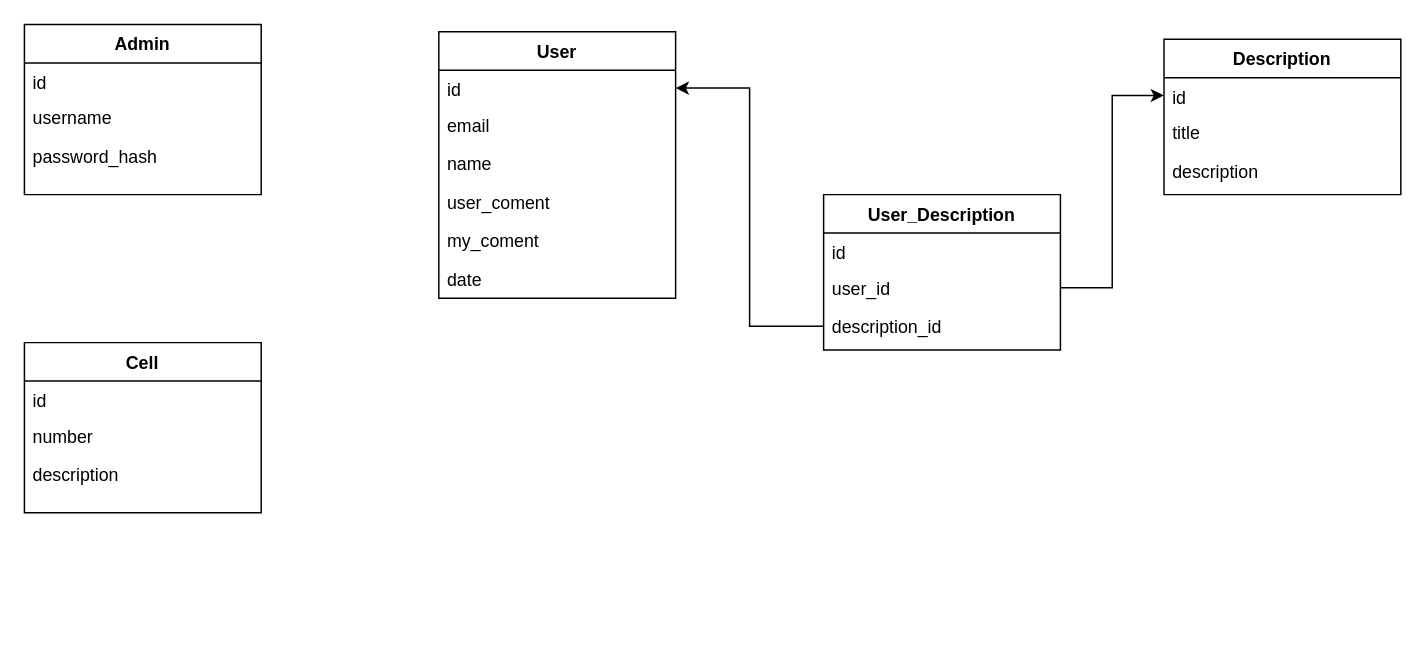
Above: project_prepare/Untitled Diagram.drawio in chikundant/AdminPanelFreelance (draw.io), before the change. Source tidied: cells renumbered, new cells numbered last; positions are measured from the earlier drawing's top-left corner, leaving out a move shared by most shapes. Both pictures are drawn from the tidied source at 148%, with x=0, y=0 at pixel (24, 24).
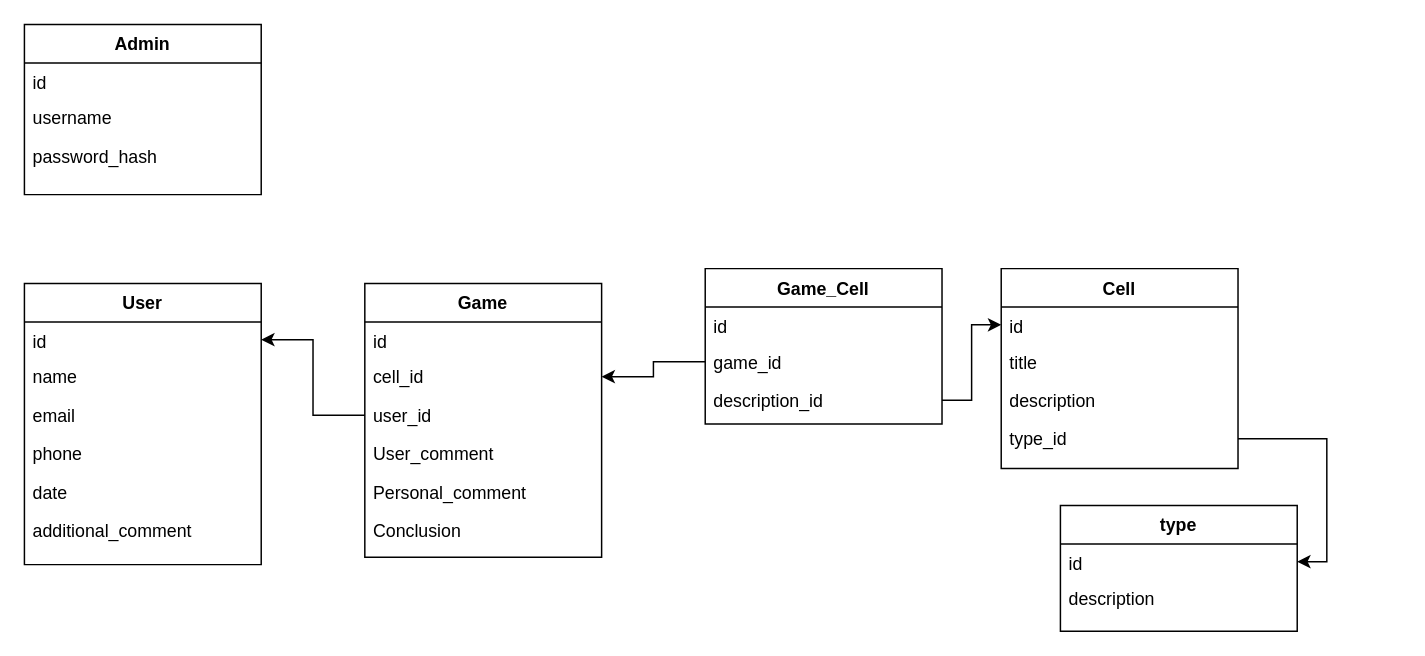
Above is the later version.

Unchanged cells that the change refers to:
```xml
<mxCell id="7" value="id" style="text;align=left;verticalAlign=top;spacingLeft=4;spacingRight=4;overflow=hidden;points=[[0,0.5],[1,0.5]];portConstraint=eastwest;" parent="6" vertex="1">
  <mxGeometry y="26" width="160" height="24" as="geometry" />
</mxCell>
<mxCell id="14" value="id" style="text;align=left;verticalAlign=top;spacingLeft=4;spacingRight=4;overflow=hidden;points=[[0,0.5],[1,0.5]];portConstraint=eastwest;" parent="13" vertex="1">
  <mxGeometry y="26" width="160" height="24" as="geometry" />
</mxCell>
<mxCell id="24" value="description_id" style="text;align=left;verticalAlign=top;spacingLeft=4;spacingRight=4;overflow=hidden;points=[[0,0.5],[1,0.5]];portConstraint=eastwest;" parent="21" vertex="1">
  <mxGeometry y="76" width="160" height="26" as="geometry" />
</mxCell>
```

Change to the diagram source:
```diff
@@
     <mxCell id="6" value="User" style="swimlane;fontStyle=1;align=center;verticalAlign=top;horizontal=1;startSize=26;rounded=0;shadow=0;strokeWidth=1;" parent="1" vertex="1">
-      <mxGeometry x="280" y="5" width="160" height="180" as="geometry" />
+      <mxGeometry y="175" width="160" height="190" as="geometry" />
     </mxCell>
@@
+    <mxCell id="9" value="name" style="text;align=left;verticalAlign=top;spacingLeft=4;spacingRight=4;overflow=hidden;" parent="6" vertex="1">
+      <mxGeometry y="50" width="160" height="26" as="geometry" />
+    </mxCell>
     <mxCell id="8" value="email" style="text;align=left;verticalAlign=top;spacingLeft=4;spacingRight=4;overflow=hidden;" parent="6" vertex="1">
-      <mxGeometry y="50" width="160" height="26" as="geometry" />
+      <mxGeometry y="76" width="160" height="26" as="geometry" />
     </mxCell>
-    <mxCell id="9" value="name" style="text;align=left;verticalAlign=top;spacingLeft=4;spacingRight=4;overflow=hidden;" parent="6" vertex="1">
-      <mxGeometry y="76" width="160" height="26" as="geometry" />
-    </mxCell>
-    <mxCell id="10" value="user_coment" style="text;align=left;verticalAlign=top;spacingLeft=4;spacingRight=4;overflow=hidden;" parent="6" vertex="1">
-      <mxGeometry y="102" width="160" height="26" as="geometry" />
-    </mxCell>
+    <mxCell id="27" value="phone" style="text;align=left;verticalAlign=top;spacingLeft=4;spacingRight=4;overflow=hidden;" parent="6" vertex="1">
+      <mxGeometry y="102" width="160" height="26" as="geometry" />
+    </mxCell>
+    <mxCell id="12" value="date" style="text;align=left;verticalAlign=top;spacingLeft=4;spacingRight=4;overflow=hidden;" parent="6" vertex="1">
+      <mxGeometry y="128" width="160" height="26" as="geometry" />
+    </mxCell>
-    <mxCell id="11" value="my_coment" style="text;align=left;verticalAlign=top;spacingLeft=4;spacingRight=4;overflow=hidden;" parent="6" vertex="1">
-      <mxGeometry y="128" width="160" height="26" as="geometry" />
+    <mxCell id="11" value="additional_comment" style="text;align=left;verticalAlign=top;spacingLeft=4;spacingRight=4;overflow=hidden;" parent="6" vertex="1">
+      <mxGeometry y="154" width="160" height="26" as="geometry" />
     </mxCell>
-    <mxCell id="12" value="date" style="text;align=left;verticalAlign=top;spacingLeft=4;spacingRight=4;overflow=hidden;" parent="6" vertex="1">
-      <mxGeometry y="154" width="160" height="26" as="geometry" />
-    </mxCell>
-    <mxCell id="13" value="Description" style="swimlane;fontStyle=1;align=center;verticalAlign=top;horizontal=1;startSize=26;rounded=0;shadow=0;strokeWidth=1;" parent="1" vertex="1">
-      <mxGeometry x="770" y="10" width="160" height="105" as="geometry" />
+    <mxCell id="13" value="Cell" style="swimlane;fontStyle=1;align=center;verticalAlign=top;horizontal=1;startSize=26;rounded=0;shadow=0;strokeWidth=1;" parent="1" vertex="1">
+      <mxGeometry x="660" y="165" width="160" height="135" as="geometry" />
     </mxCell>
@@
-    <mxCell id="17" value="Cell" style="swimlane;fontStyle=1;align=center;verticalAlign=top;horizontal=1;startSize=26;rounded=0;shadow=0;strokeWidth=1;" parent="1" vertex="1">
-      <mxGeometry y="215" width="160" height="115" as="geometry" />
-    </mxCell>
-    <mxCell id="18" value="id" style="text;align=left;verticalAlign=top;spacingLeft=4;spacingRight=4;overflow=hidden;" parent="17" vertex="1">
-      <mxGeometry y="26" width="160" height="24" as="geometry" />
-    </mxCell>
-    <mxCell id="19" value="number" style="text;align=left;verticalAlign=top;spacingLeft=4;spacingRight=4;overflow=hidden;" parent="17" vertex="1">
-      <mxGeometry y="50" width="160" height="26" as="geometry" />
-    </mxCell>
-    <mxCell id="20" value="description" style="text;align=left;verticalAlign=top;spacingLeft=4;spacingRight=4;overflow=hidden;" parent="17" vertex="1">
-      <mxGeometry y="76" width="160" height="26" as="geometry" />
-    </mxCell>
+    <mxCell id="28" value="type_id" style="text;align=left;verticalAlign=top;spacingLeft=4;spacingRight=4;overflow=hidden;points=[[0,0.5],[1,0.5]];portConstraint=eastwest;" parent="13" vertex="1">
+      <mxGeometry y="102" width="160" height="26" as="geometry" />
+    </mxCell>
-    <mxCell id="21" value="User_Description" style="swimlane;fontStyle=1;align=center;verticalAlign=top;horizontal=1;startSize=26;rounded=0;shadow=0;strokeWidth=1;" parent="1" vertex="1">
-      <mxGeometry x="540" y="115" width="160" height="105" as="geometry" />
+    <mxCell id="21" value="Game_Cell" style="swimlane;fontStyle=1;align=center;verticalAlign=top;horizontal=1;startSize=26;rounded=0;shadow=0;strokeWidth=1;" parent="1" vertex="1">
+      <mxGeometry x="460" y="165" width="160" height="105" as="geometry" />
     </mxCell>
@@
-    <mxCell id="23" value="user_id" style="text;align=left;verticalAlign=top;spacingLeft=4;spacingRight=4;overflow=hidden;points=[[0,0.5],[1,0.5]];portConstraint=eastwest;" parent="21" vertex="1">
+    <mxCell id="23" value="game_id" style="text;align=left;verticalAlign=top;spacingLeft=4;spacingRight=4;overflow=hidden;points=[[0,0.5],[1,0.5]];portConstraint=eastwest;" parent="21" vertex="1">
       <mxGeometry y="50" width="160" height="26" as="geometry" />
     </mxCell>
@@
-    <mxCell id="25" style="edgeStyle=orthogonalEdgeStyle;rounded=0;jettySize=auto;html=1;entryX=0;entryY=0.5;entryDx=0;entryDy=0;" parent="1" edge="1" source="23" target="14">
-      <mxGeometry relative="1" as="geometry" />
-    </mxCell>
-    <mxCell id="26" style="edgeStyle=orthogonalEdgeStyle;rounded=0;jettySize=auto;html=1;entryX=1;entryY=0.5;entryDx=0;entryDy=0;" parent="1" edge="1" source="24" target="7">
-      <mxGeometry relative="1" as="geometry" />
-    </mxCell>
+    <mxCell id="29" value="type" style="swimlane;fontStyle=1;align=center;verticalAlign=top;horizontal=1;startSize=26;rounded=0;shadow=0;strokeWidth=1;" parent="1" vertex="1">
+      <mxGeometry x="700" y="325" width="160" height="85" as="geometry" />
+    </mxCell>
+    <mxCell id="30" value="id" style="text;align=left;verticalAlign=top;spacingLeft=4;spacingRight=4;overflow=hidden;points=[[0,0.5],[1,0.5]];portConstraint=eastwest;" parent="29" vertex="1">
+      <mxGeometry y="26" width="160" height="24" as="geometry" />
+    </mxCell>
+    <mxCell id="20" value="description" style="text;align=left;verticalAlign=top;spacingLeft=4;spacingRight=4;overflow=hidden;" parent="29" vertex="1">
+      <mxGeometry y="50" width="160" height="26" as="geometry" />
+    </mxCell>
+    <mxCell id="31" style="edgeStyle=orthogonalEdgeStyle;rounded=0;jettySize=auto;html=1;entryX=1;entryY=0.5;entryDx=0;entryDy=0;" parent="1" edge="1" source="28" target="30">
+      <mxGeometry relative="1" as="geometry" />
+    </mxCell>
+    <mxCell id="32" value="Game" style="swimlane;fontStyle=1;align=center;verticalAlign=top;horizontal=1;startSize=26;rounded=0;shadow=0;strokeWidth=1;" parent="1" vertex="1">
+      <mxGeometry x="230" y="175" width="160" height="185" as="geometry" />
+    </mxCell>
+    <mxCell id="33" value="id" style="text;align=left;verticalAlign=top;spacingLeft=4;spacingRight=4;overflow=hidden;" parent="32" vertex="1">
+      <mxGeometry y="26" width="160" height="24" as="geometry" />
+    </mxCell>
+    <mxCell id="34" value="cell_id" style="text;align=left;verticalAlign=top;spacingLeft=4;spacingRight=4;overflow=hidden;points=[[0,0.5],[1,0.5]];portConstraint=eastwest;" parent="32" vertex="1">
+      <mxGeometry y="50" width="160" height="26" as="geometry" />
+    </mxCell>
+    <mxCell id="35" value="user_id" style="text;align=left;verticalAlign=top;spacingLeft=4;spacingRight=4;overflow=hidden;points=[[0,0.5],[1,0.5]];portConstraint=eastwest;" parent="32" vertex="1">
+      <mxGeometry y="76" width="160" height="26" as="geometry" />
+    </mxCell>
+    <mxCell id="36" value="User_comment" style="text;align=left;verticalAlign=top;spacingLeft=4;spacingRight=4;overflow=hidden;" parent="32" vertex="1">
+      <mxGeometry y="102" width="160" height="26" as="geometry" />
+    </mxCell>
+    <mxCell id="37" value="Personal_comment" style="text;align=left;verticalAlign=top;spacingLeft=4;spacingRight=4;overflow=hidden;" parent="32" vertex="1">
+      <mxGeometry y="128" width="160" height="26" as="geometry" />
+    </mxCell>
+    <mxCell id="38" value="Conclusion" style="text;align=left;verticalAlign=top;spacingLeft=4;spacingRight=4;overflow=hidden;" parent="32" vertex="1">
+      <mxGeometry y="154" width="160" height="26" as="geometry" />
+    </mxCell>
+    <mxCell id="39" style="edgeStyle=orthogonalEdgeStyle;rounded=0;jettySize=auto;html=1;exitX=0;exitY=0.5;exitDx=0;exitDy=0;" parent="1" edge="1" source="35" target="7">
+      <mxGeometry relative="1" as="geometry" />
+    </mxCell>
+    <mxCell id="40" style="edgeStyle=orthogonalEdgeStyle;rounded=0;jettySize=auto;html=1;exitX=0;exitY=0.5;exitDx=0;exitDy=0;entryX=1;entryY=0.5;entryDx=0;entryDy=0;" parent="1" edge="1" source="23" target="34">
+      <mxGeometry relative="1" as="geometry" />
+    </mxCell>
+    <mxCell id="41" style="edgeStyle=orthogonalEdgeStyle;rounded=0;jettySize=auto;html=1;exitX=1;exitY=0.5;exitDx=0;exitDy=0;entryX=0;entryY=0.5;entryDx=0;entryDy=0;" parent="1" edge="1" source="24" target="14">
+      <mxGeometry relative="1" as="geometry" />
+    </mxCell>
```
